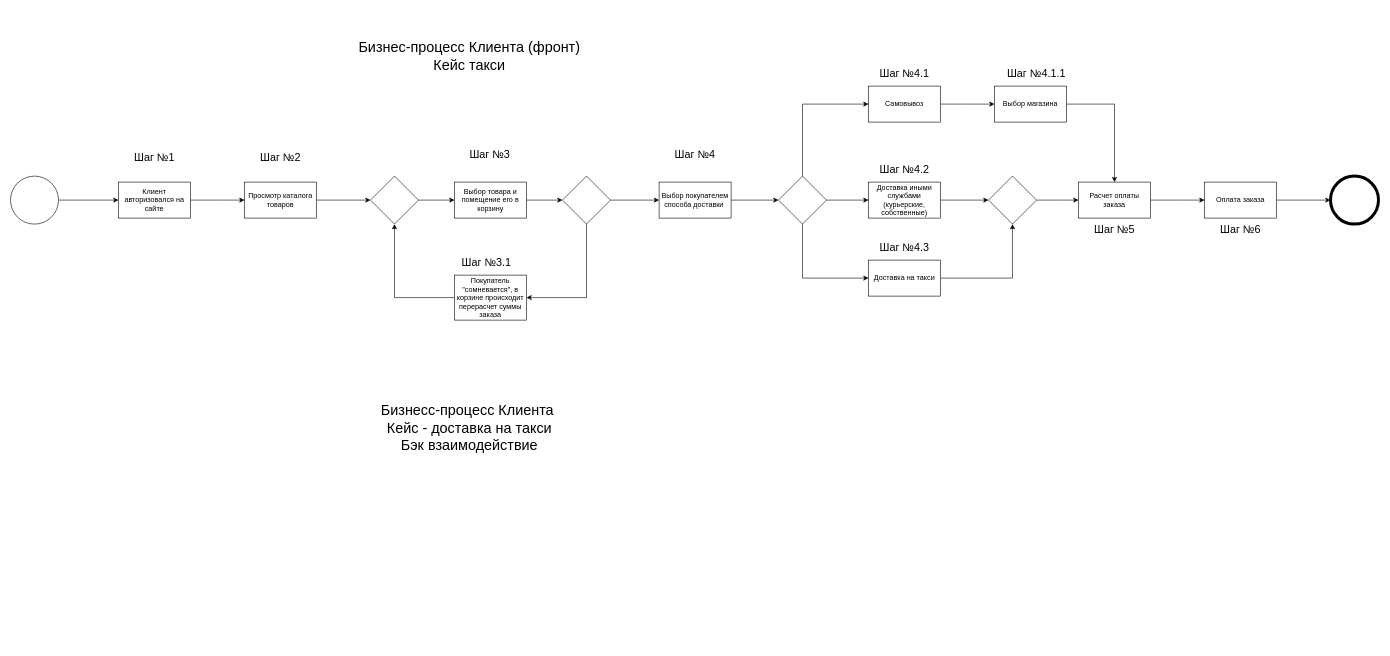
Earlier version of the draw.io diagram Untitled Diagram.drawio (VillyVonka537/iograf). Source tidied: cells renumbered, new cells numbered last; positions are measured from the earlier drawing's top-left corner, leaving out a move shared by most shapes. Both pictures are drawn from the tidied source at 60%, with x=0, y=0 at pixel (10, 38).
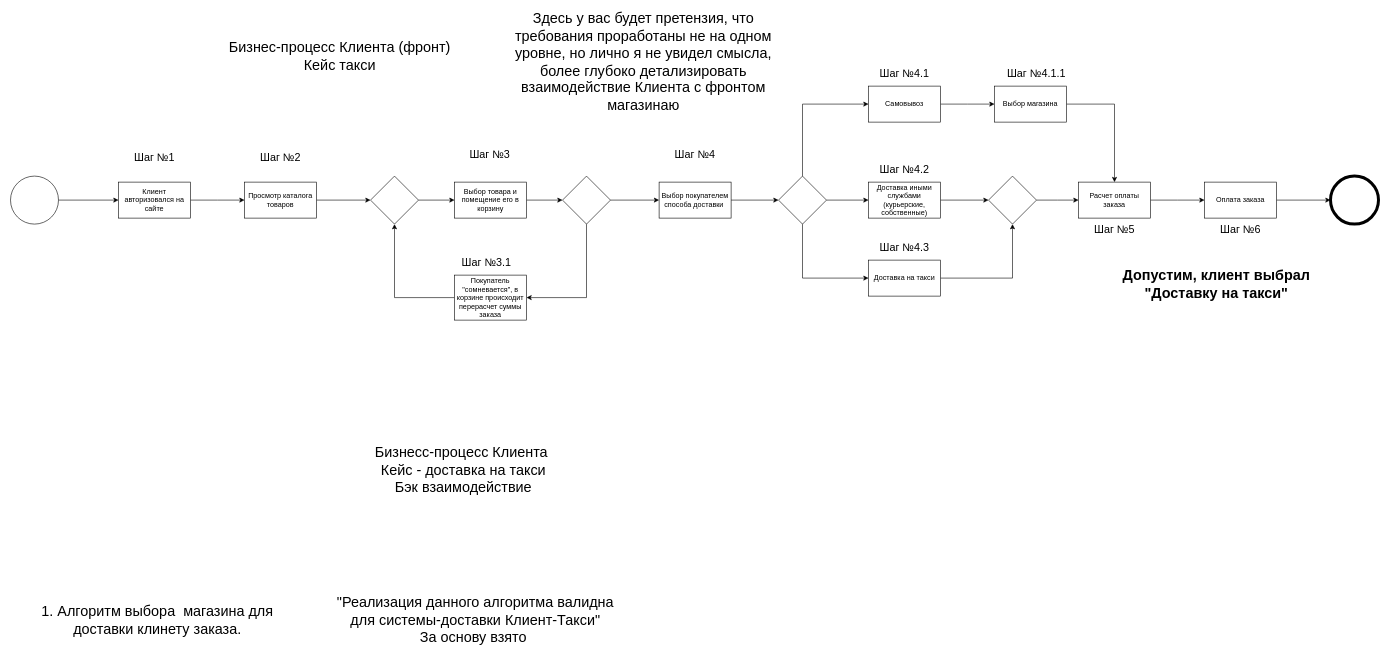
After the change.

What changed in the source:
```diff
@@
     <mxCell id="6" value="&lt;font&gt;&lt;span style=&quot;font-size: 24px&quot;&gt;Бизнес-процесс Клиента (фронт)&lt;/span&gt;&lt;br&gt;&lt;span id=&quot;docs-internal-guid-454e0e27-7fff-5288-7b2e-33ac58e89149&quot;&gt;&lt;span style=&quot;font-family: &amp;#34;proxima nova&amp;#34; , sans-serif ; background-color: transparent ; vertical-align: baseline&quot;&gt;&lt;font style=&quot;font-size: 24px&quot;&gt;Кейс такси&lt;/font&gt;&lt;/span&gt;&lt;/span&gt;&lt;br&gt;&lt;/font&gt;" style="text;html=1;strokeColor=none;fillColor=none;align=center;verticalAlign=middle;whiteSpace=wrap;rounded=0;" parent="1" vertex="1">
-      <mxGeometry x="530" width="470" height="60" as="geometry" />
+      <mxGeometry x="314" width="470" height="60" as="geometry" />
     </mxCell>
@@
     <mxCell id="50" value="&lt;span style=&quot;font-size: 24px&quot;&gt;Бизнесс-процесс Клиента&amp;nbsp;&lt;br&gt;Кейс - доставка на такси&lt;br&gt;Бэк взаимодействие&lt;br&gt;&lt;/span&gt;" style="text;html=1;strokeColor=none;fillColor=none;align=center;verticalAlign=middle;whiteSpace=wrap;rounded=0;" parent="1" vertex="1">
-      <mxGeometry x="530" y="620" width="470" height="60" as="geometry" />
+      <mxGeometry x="520" y="690" width="470" height="60" as="geometry" />
     </mxCell>
+    <mxCell id="51" value="&lt;font style=&quot;font-size: 24px&quot;&gt;&lt;b&gt;Допустим, клиент выбрал &quot;Доставку на такси&quot;&lt;/b&gt;&lt;/font&gt;" style="text;html=1;strokeColor=none;fillColor=none;align=center;verticalAlign=middle;whiteSpace=wrap;rounded=0;" parent="1" vertex="1">
+      <mxGeometry x="1790" y="390" width="440" height="40" as="geometry" />
+    </mxCell>
+    <mxCell id="52" value="&lt;span style=&quot;font-size: 24px&quot;&gt;1. Алгоритм выбора&amp;nbsp; магазина для доставки клинету заказа.&lt;br&gt;&lt;/span&gt;" style="text;html=1;strokeColor=none;fillColor=none;align=center;verticalAlign=middle;whiteSpace=wrap;rounded=0;" parent="1" vertex="1">
+      <mxGeometry x="10" y="940" width="470" height="60" as="geometry" />
+    </mxCell>
+    <mxCell id="53" value="&lt;font style=&quot;font-size: 24px&quot;&gt;&quot;Реализация данного алгоритма валидна для системы-доставки Клиент-Такси&quot;&lt;br&gt;За основу взято&amp;nbsp;&lt;br&gt;&lt;/font&gt;" style="text;html=1;strokeColor=none;fillColor=none;align=center;verticalAlign=middle;whiteSpace=wrap;rounded=0;" parent="1" vertex="1">
+      <mxGeometry x="540" y="940" width="470" height="60" as="geometry" />
+    </mxCell>
+    <mxCell id="54" value="&lt;span style=&quot;font-size: 24px&quot;&gt;Здесь у вас будет претензия, что требования проработаны не на одном уровне, но лично я не увидел смысла, более глубоко детализировать взаимодействие Клиента с фронтом магазинаю&lt;br&gt;&lt;/span&gt;" style="text;html=1;strokeColor=none;fillColor=none;align=center;verticalAlign=middle;whiteSpace=wrap;rounded=0;" parent="1" vertex="1">
+      <mxGeometry x="820" y="10" width="470" height="60" as="geometry" />
+    </mxCell>
```
